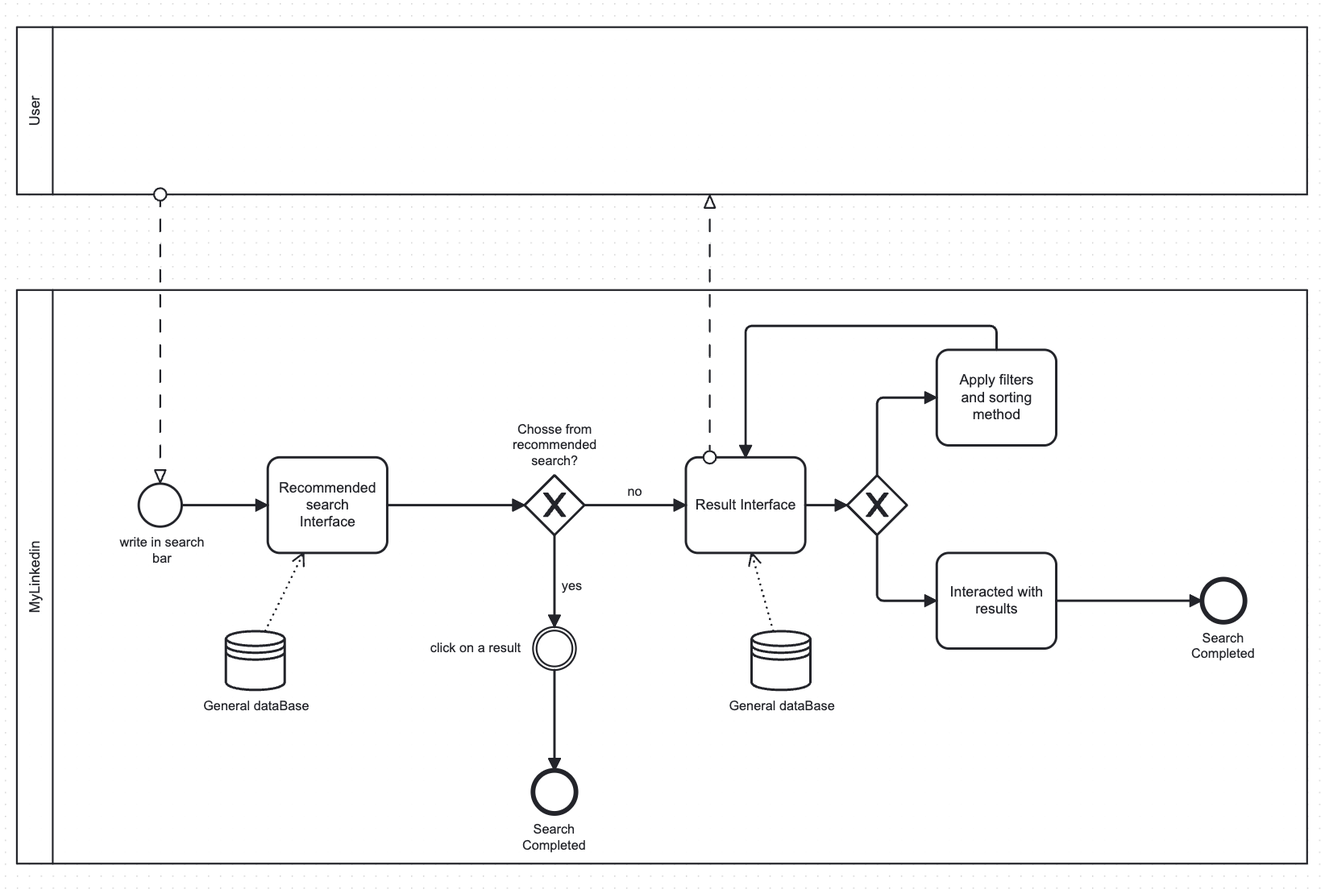
navez03/MyLinkedIn keeps this BPMN diagram as BPMNs/OtherFunctionalities/search.png. Above is the earlier version. Its source is kept beside it as BPMNs/OtherFunctionalities/Search.bpmn. Ids are renumbered.
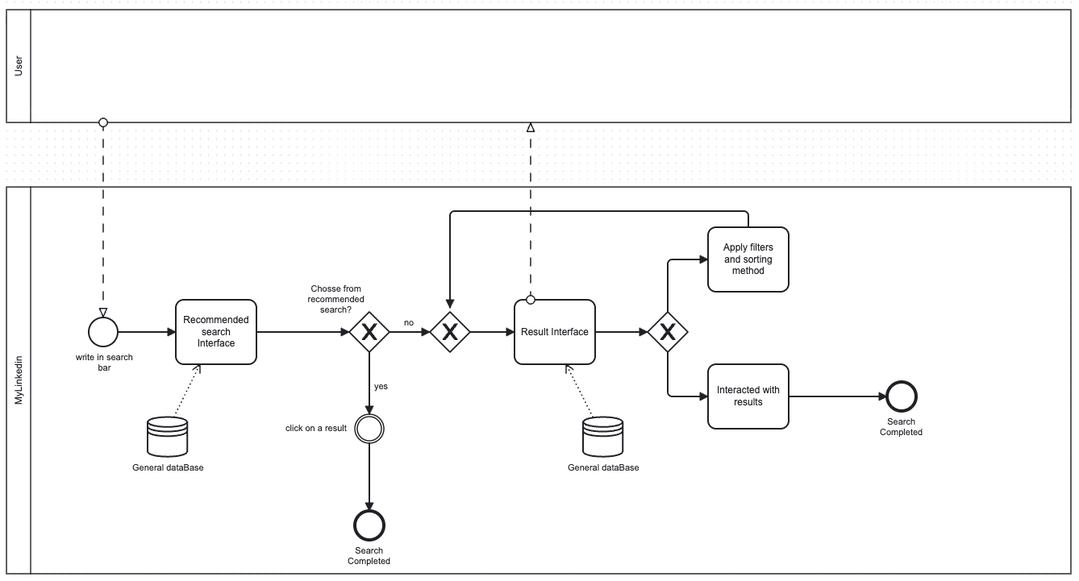
After the commit.

Commit message:
correction bpmn gateways

The edit, as a diff of the source:
```diff
@@ -1,4 +1,4 @@
-<definitions xmlns="http://www.omg.org/spec/BPMN/20100524/MODEL" xmlns:bpmndi="http://www.omg.org/spec/BPMN/20100524/DI" xmlns:omgdi="http://www.omg.org/spec/DD/20100524/DI" xmlns:omgdc="http://www.omg.org/spec/DD/20100524/DC" xmlns:xsi="http://www.w3.org/2001/XMLSchema-instance" id="sid-38422fae-e03e-43a3-bef4-bd33b32041b2" targetNamespace="http://bpmn.io/bpmn" exporter="bpmn-js (https://demo.bpmn.io)" exporterVersion="18.6.1">
+<definitions xmlns="http://www.omg.org/spec/BPMN/20100524/MODEL" xmlns:bpmndi="http://www.omg.org/spec/BPMN/20100524/DI" xmlns:omgdi="http://www.omg.org/spec/DD/20100524/DI" xmlns:omgdc="http://www.omg.org/spec/DD/20100524/DC" xmlns:xsi="http://www.w3.org/2001/XMLSchema-instance" id="sid-38422fae-e03e-43a3-bef4-bd33b32041b2" targetNamespace="http://bpmn.io/bpmn" exporter="bpmn-js (https://demo.bpmn.io)" exporterVersion="18.9.0">
   <collaboration id="Collaboration_n1">
     <participant id="Participant_n2" name="User" processRef="Process_1" />
     <participant id="Participant_n3" name="MyLinkedin" processRef="Process_n4" />
@@ -15,33 +15,6 @@
       <outgoing>Flow_n12</outgoing>
       <outgoing>Flow_n13</outgoing>
     </exclusiveGateway>
-    <task id="Activity_n8" name="Result Interface">
-      <incoming>Flow_n12</incoming>
-      <incoming>Flow_n14</incoming>
-      <outgoing>Flow_n15</outgoing>
-      <property id="Property_n16" name="__targetRef_placeholder" />
-      <dataInputAssociation id="DataInputAssociation_n17">
-        <sourceRef>DataStoreReference_n18</sourceRef>
-        <targetRef>Property_n16</targetRef>
-      </dataInputAssociation>
-    </task>
-    <task id="Activity_n19" name="Apply filters and sorting method">
-      <incoming>Flow_n20</incoming>
-      <outgoing>Flow_n14</outgoing>
-    </task>
-    <dataStoreReference id="DataStoreReference_n18" name="General dataBase" />
-    <exclusiveGateway id="Gateway_n21">
-      <incoming>Flow_n15</incoming>
-      <outgoing>Flow_n20</outgoing>
-      <outgoing>Flow_n22</outgoing>
-    </exclusiveGateway>
-    <task id="Activity_n23" name="Interacted with results">
-      <incoming>Flow_n22</incoming>
-      <outgoing>Flow_n24</outgoing>
-    </task>
-    <endEvent id="Event_n25" name="Search Completed">
-      <incoming>Flow_n24</incoming>
-    </endEvent>
     <intermediateThrowEvent id="Event_n26" name="click on a result">
       <incoming>Flow_n13</incoming>
       <outgoing>Flow_n27</outgoing>
@@ -61,23 +34,55 @@
     <dataStoreReference id="DataStoreReference_n31" name="General dataBase" />
     <sequenceFlow id="Flow_n9" sourceRef="Event_n6" targetRef="Activity_n28" />
     <sequenceFlow id="Flow_n11" sourceRef="Activity_n28" targetRef="Gateway_n10" />
-    <sequenceFlow id="Flow_n12" name="no" sourceRef="Gateway_n10" targetRef="Activity_n8" />
+    <sequenceFlow id="Flow_n12" name="no" sourceRef="Gateway_n10" targetRef="Gateway_n33" />
     <sequenceFlow id="Flow_n13" name="yes" sourceRef="Gateway_n10" targetRef="Event_n26" />
-    <sequenceFlow id="Flow_n14" sourceRef="Activity_n19" targetRef="Activity_n8" />
+    <sequenceFlow id="Flow_n14" sourceRef="Activity_n19" targetRef="Gateway_n33" />
     <sequenceFlow id="Flow_n15" sourceRef="Activity_n8" targetRef="Gateway_n21" />
+    <sequenceFlow id="Flow_n27" sourceRef="Event_n26" targetRef="Event_n32" />
+    <task id="Activity_n19" name="Apply filters and sorting method">
+      <incoming>Flow_n20</incoming>
+      <outgoing>Flow_n14</outgoing>
+    </task>
+    <dataStoreReference id="DataStoreReference_n18" name="General dataBase" />
+    <exclusiveGateway id="Gateway_n21">
+      <incoming>Flow_n15</incoming>
+      <outgoing>Flow_n20</outgoing>
+      <outgoing>Flow_n22</outgoing>
+    </exclusiveGateway>
+    <task id="Activity_n23" name="Interacted with results">
+      <incoming>Flow_n22</incoming>
+      <outgoing>Flow_n24</outgoing>
+    </task>
+    <endEvent id="Event_n25" name="Search Completed">
+      <incoming>Flow_n24</incoming>
+    </endEvent>
     <sequenceFlow id="Flow_n20" sourceRef="Gateway_n21" targetRef="Activity_n19" />
     <sequenceFlow id="Flow_n22" sourceRef="Gateway_n21" targetRef="Activity_n23" />
     <sequenceFlow id="Flow_n24" sourceRef="Activity_n23" targetRef="Event_n25" />
-    <sequenceFlow id="Flow_n27" sourceRef="Event_n26" targetRef="Event_n32" />
+    <task id="Activity_n8" name="Result Interface">
+      <incoming>Flow_n34</incoming>
+      <outgoing>Flow_n15</outgoing>
+      <property id="Property_n16" name="__targetRef_placeholder" />
+      <dataInputAssociation id="DataInputAssociation_n17">
+        <sourceRef>DataStoreReference_n18</sourceRef>
+        <targetRef>Property_n16</targetRef>
+      </dataInputAssociation>
+    </task>
+    <exclusiveGateway id="Gateway_n33" name="Chosse from recommended search?">
+      <incoming>Flow_n12</incoming>
+      <incoming>Flow_n14</incoming>
+      <outgoing>Flow_n34</outgoing>
+    </exclusiveGateway>
+    <sequenceFlow id="Flow_n34" sourceRef="Gateway_n33" targetRef="Activity_n8" />
   </process>
   <bpmndi:BPMNDiagram id="BpmnDiagram_1">
     <bpmndi:BPMNPlane id="BpmnPlane_1" bpmnElement="Collaboration_n1">
       <bpmndi:BPMNShape id="Participant_n2_di" bpmnElement="Participant_n2" isHorizontal="true">
-        <omgdc:Bounds x="160" y="80" width="1080" height="140" />
+        <omgdc:Bounds x="160" y="80" width="1320" height="140" />
         <bpmndi:BPMNLabel />
       </bpmndi:BPMNShape>
       <bpmndi:BPMNShape id="Participant_n3_di" bpmnElement="Participant_n3" isHorizontal="true">
-        <omgdc:Bounds x="160" y="300" width="1080" height="480" />
+        <omgdc:Bounds x="160" y="300" width="1320" height="480" />
         <bpmndi:BPMNLabel />
       </bpmndi:BPMNShape>
       <bpmndi:BPMNShape id="Event_n6_di" bpmnElement="Event_n6">
@@ -89,34 +94,7 @@
       <bpmndi:BPMNShape id="Gateway_n10_di" bpmnElement="Gateway_n10" isMarkerVisible="true">
         <omgdc:Bounds x="585" y="455" width="50" height="50" />
         <bpmndi:BPMNLabel>
-          <omgdc:Bounds x="575" y="410" width="71" height="40" />
-        </bpmndi:BPMNLabel>
-      </bpmndi:BPMNShape>
-      <bpmndi:BPMNShape id="Activity_n8_di" bpmnElement="Activity_n8">
-        <omgdc:Bounds x="720" y="440" width="100" height="80" />
-        <bpmndi:BPMNLabel />
-      </bpmndi:BPMNShape>
-      <bpmndi:BPMNShape id="Activity_n19_di" bpmnElement="Activity_n19">
-        <omgdc:Bounds x="930" y="350" width="100" height="80" />
-        <bpmndi:BPMNLabel />
-      </bpmndi:BPMNShape>
-      <bpmndi:BPMNShape id="DataStoreReference_n18_di" bpmnElement="DataStoreReference_n18">
-        <omgdc:Bounds x="775" y="585" width="50" height="50" />
-        <bpmndi:BPMNLabel>
-          <omgdc:Bounds x="756" y="642" width="89" height="14" />
-        </bpmndi:BPMNLabel>
-      </bpmndi:BPMNShape>
-      <bpmndi:BPMNShape id="Gateway_n21_di" bpmnElement="Gateway_n21" isMarkerVisible="true">
-        <omgdc:Bounds x="855" y="455" width="50" height="50" />
-      </bpmndi:BPMNShape>
-      <bpmndi:BPMNShape id="Activity_n23_di" bpmnElement="Activity_n23">
-        <omgdc:Bounds x="930" y="520" width="100" height="80" />
-        <bpmndi:BPMNLabel />
-      </bpmndi:BPMNShape>
-      <bpmndi:BPMNShape id="Event_n25_di" bpmnElement="Event_n25">
-        <omgdc:Bounds x="1152" y="542" width="36" height="36" />
-        <bpmndi:BPMNLabel>
-          <omgdc:Bounds x="1143" y="585" width="54" height="27" />
+          <omgdc:Bounds x="533.5" y="420" width="71" height="40" />
         </bpmndi:BPMNLabel>
       </bpmndi:BPMNShape>
       <bpmndi:BPMNShape id="Event_n26_di" bpmnElement="Event_n26">
@@ -141,6 +119,39 @@
           <omgdc:Bounds x="316" y="642" width="89" height="14" />
         </bpmndi:BPMNLabel>
       </bpmndi:BPMNShape>
+      <bpmndi:BPMNShape id="Activity_n19_di" bpmnElement="Activity_n19">
+        <omgdc:Bounds x="1030" y="350" width="100" height="80" />
+        <bpmndi:BPMNLabel />
+      </bpmndi:BPMNShape>
+      <bpmndi:BPMNShape id="DataStoreReference_n18_di" bpmnElement="DataStoreReference_n18">
+        <omgdc:Bounds x="875" y="585" width="50" height="50" />
+        <bpmndi:BPMNLabel>
+          <omgdc:Bounds x="856" y="642" width="89" height="14" />
+        </bpmndi:BPMNLabel>
+      </bpmndi:BPMNShape>
+      <bpmndi:BPMNShape id="Gateway_n21_di" bpmnElement="Gateway_n21" isMarkerVisible="true">
+        <omgdc:Bounds x="955" y="455" width="50" height="50" />
+      </bpmndi:BPMNShape>
+      <bpmndi:BPMNShape id="Activity_n23_di" bpmnElement="Activity_n23">
+        <omgdc:Bounds x="1030" y="520" width="100" height="80" />
+        <bpmndi:BPMNLabel />
+      </bpmndi:BPMNShape>
+      <bpmndi:BPMNShape id="Event_n25_di" bpmnElement="Event_n25">
+        <omgdc:Bounds x="1252" y="542" width="36" height="36" />
+        <bpmndi:BPMNLabel>
+          <omgdc:Bounds x="1243" y="585" width="54" height="27" />
+        </bpmndi:BPMNLabel>
+      </bpmndi:BPMNShape>
+      <bpmndi:BPMNShape id="Activity_n8_di" bpmnElement="Activity_n8">
+        <omgdc:Bounds x="790" y="440" width="100" height="80" />
+        <bpmndi:BPMNLabel />
+      </bpmndi:BPMNShape>
+      <bpmndi:BPMNShape id="BPMNShape_n35" bpmnElement="Gateway_n33" isMarkerVisible="true">
+        <omgdc:Bounds x="685" y="455" width="50" height="50" />
+        <bpmndi:BPMNLabel>
+          <omgdc:Bounds x="675" y="520" width="71" height="40" />
+        </bpmndi:BPMNLabel>
+      </bpmndi:BPMNShape>
       <bpmndi:BPMNEdge id="Flow_n9_di" bpmnElement="Flow_n9">
         <omgdi:waypoint x="298" y="480" />
         <omgdi:waypoint x="370" y="480" />
@@ -151,9 +162,9 @@
       </bpmndi:BPMNEdge>
       <bpmndi:BPMNEdge id="Flow_n12_di" bpmnElement="Flow_n12">
         <omgdi:waypoint x="635" y="480" />
-        <omgdi:waypoint x="720" y="480" />
+        <omgdi:waypoint x="685" y="480" />
         <bpmndi:BPMNLabel>
-          <omgdc:Bounds x="671" y="462" width="13" height="14" />
+          <omgdc:Bounds x="653" y="462" width="13" height="14" />
         </bpmndi:BPMNLabel>
       </bpmndi:BPMNEdge>
       <bpmndi:BPMNEdge id="Flow_n13_di" bpmnElement="Flow_n13">
@@ -164,36 +175,40 @@
         </bpmndi:BPMNLabel>
       </bpmndi:BPMNEdge>
       <bpmndi:BPMNEdge id="Flow_n14_di" bpmnElement="Flow_n14">
-        <omgdi:waypoint x="980" y="350" />
-        <omgdi:waypoint x="980" y="330" />
-        <omgdi:waypoint x="770" y="330" />
-        <omgdi:waypoint x="770" y="440" />
+        <omgdi:waypoint x="1080" y="350" />
+        <omgdi:waypoint x="1080" y="330" />
+        <omgdi:waypoint x="710" y="330" />
+        <omgdi:waypoint x="710" y="450" />
       </bpmndi:BPMNEdge>
       <bpmndi:BPMNEdge id="Flow_n15_di" bpmnElement="Flow_n15">
-        <omgdi:waypoint x="820" y="480" />
-        <omgdi:waypoint x="855" y="480" />
-      </bpmndi:BPMNEdge>
-      <bpmndi:BPMNEdge id="Flow_n20_di" bpmnElement="Flow_n20">
-        <omgdi:waypoint x="880" y="455" />
-        <omgdi:waypoint x="880" y="390" />
-        <omgdi:waypoint x="930" y="390" />
-      </bpmndi:BPMNEdge>
-      <bpmndi:BPMNEdge id="Flow_n22_di" bpmnElement="Flow_n22">
-        <omgdi:waypoint x="880" y="505" />
-        <omgdi:waypoint x="880" y="560" />
-        <omgdi:waypoint x="930" y="560" />
-      </bpmndi:BPMNEdge>
-      <bpmndi:BPMNEdge id="Flow_n24_di" bpmnElement="Flow_n24">
-        <omgdi:waypoint x="1030" y="560" />
-        <omgdi:waypoint x="1152" y="560" />
+        <omgdi:waypoint x="890" y="480" />
+        <omgdi:waypoint x="955" y="480" />
       </bpmndi:BPMNEdge>
       <bpmndi:BPMNEdge id="Flow_n27_di" bpmnElement="Flow_n27">
         <omgdi:waypoint x="610" y="618" />
         <omgdi:waypoint x="610" y="702" />
       </bpmndi:BPMNEdge>
+      <bpmndi:BPMNEdge id="Flow_n20_di" bpmnElement="Flow_n20">
+        <omgdi:waypoint x="980" y="455" />
+        <omgdi:waypoint x="980" y="390" />
+        <omgdi:waypoint x="1030" y="390" />
+      </bpmndi:BPMNEdge>
+      <bpmndi:BPMNEdge id="Flow_n22_di" bpmnElement="Flow_n22">
+        <omgdi:waypoint x="980" y="505" />
+        <omgdi:waypoint x="980" y="560" />
+        <omgdi:waypoint x="1030" y="560" />
+      </bpmndi:BPMNEdge>
+      <bpmndi:BPMNEdge id="Flow_n24_di" bpmnElement="Flow_n24">
+        <omgdi:waypoint x="1130" y="560" />
+        <omgdi:waypoint x="1252" y="560" />
+      </bpmndi:BPMNEdge>
+      <bpmndi:BPMNEdge id="Flow_n34_di" bpmnElement="Flow_n34">
+        <omgdi:waypoint x="735" y="480" />
+        <omgdi:waypoint x="790" y="480" />
+      </bpmndi:BPMNEdge>
       <bpmndi:BPMNEdge id="DataInputAssociation_n17_di" bpmnElement="DataInputAssociation_n17">
-        <omgdi:waypoint x="793" y="585" />
-        <omgdi:waypoint x="775" y="520" />
+        <omgdi:waypoint x="887" y="585" />
+        <omgdi:waypoint x="854" y="520" />
       </bpmndi:BPMNEdge>
       <bpmndi:BPMNEdge id="DataInputAssociation_n30_di" bpmnElement="DataInputAssociation_n30">
         <omgdi:waypoint x="368" y="585" />
@@ -204,8 +219,8 @@
         <omgdi:waypoint x="280" y="462" />
       </bpmndi:BPMNEdge>
       <bpmndi:BPMNEdge id="Flow_n7_di" bpmnElement="Flow_n7">
-        <omgdi:waypoint x="740" y="440" />
-        <omgdi:waypoint x="740" y="220" />
+        <omgdi:waypoint x="810" y="440" />
+        <omgdi:waypoint x="810" y="220" />
       </bpmndi:BPMNEdge>
     </bpmndi:BPMNPlane>
   </bpmndi:BPMNDiagram>
```
